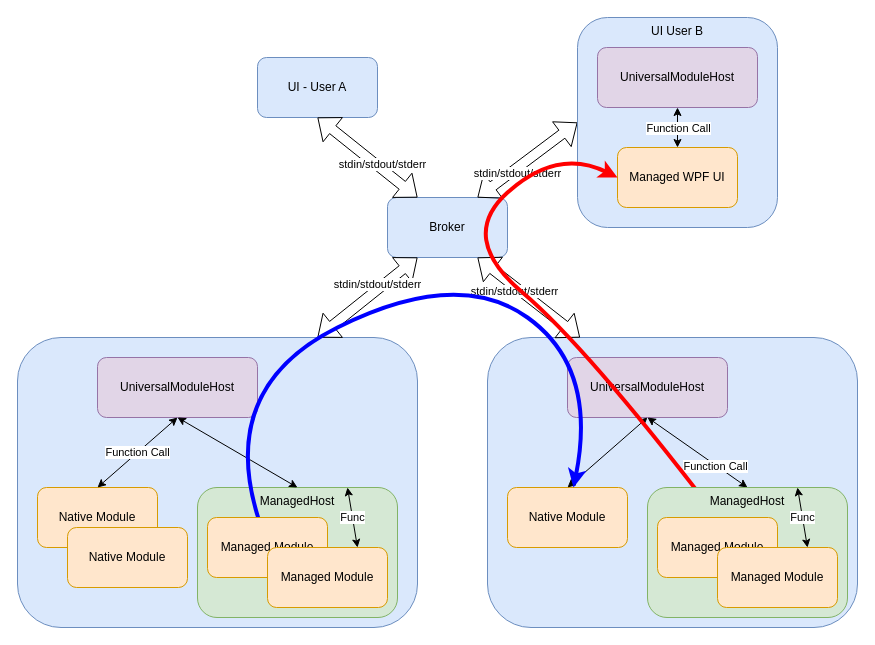
The draw.io diagram img/BrokerProcess.drawio in AndreGleichner/UniversalModuleHost, before the edit. Source tidied: cells renumbered, new cells numbered last; positions are measured from the earlier drawing's top-left corner, leaving out a move shared by most shapes. Both pictures are drawn from the tidied source at 100%, with x=0, y=0 at pixel (17, 17).
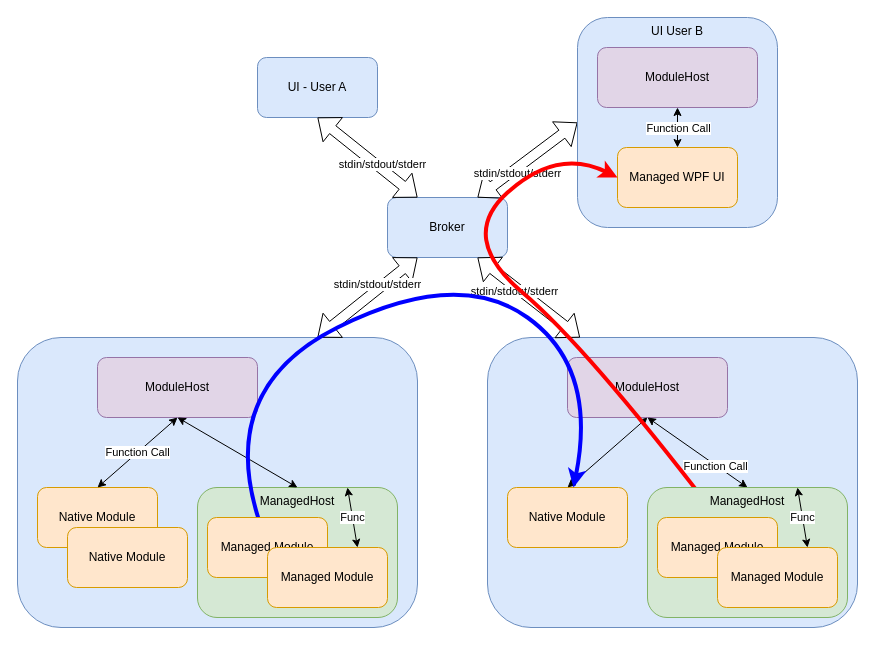
After the change.

Commit message (it also covers changes not shown here):
rename UniversalModuleHost to ModuleHost in drawio to reflect class rename

What changed in the source:
```diff
@@
-    <mxCell id="5" value="UniversalModuleHost" style="rounded=1;whiteSpace=wrap;html=1;fillColor=#e1d5e7;strokeColor=#9673a6;" parent="1" vertex="1">
+    <mxCell id="5" value="ModuleHost" style="rounded=1;whiteSpace=wrap;html=1;fillColor=#e1d5e7;strokeColor=#9673a6;" parent="1" vertex="1">
       <mxGeometry x="80" y="340" width="160" height="60" as="geometry" />
     </mxCell>
@@
-    <mxCell id="17" value="UniversalModuleHost" style="rounded=1;whiteSpace=wrap;html=1;fillColor=#e1d5e7;strokeColor=#9673a6;" parent="1" vertex="1">
+    <mxCell id="17" value="ModuleHost" style="rounded=1;whiteSpace=wrap;html=1;fillColor=#e1d5e7;strokeColor=#9673a6;" parent="1" vertex="1">
       <mxGeometry x="550" y="340" width="160" height="60" as="geometry" />
     </mxCell>
@@
-    <mxCell id="30" value="UniversalModuleHost" style="rounded=1;whiteSpace=wrap;html=1;fillColor=#e1d5e7;strokeColor=#9673a6;" parent="1" vertex="1">
+    <mxCell id="30" value="ModuleHost" style="rounded=1;whiteSpace=wrap;html=1;fillColor=#e1d5e7;strokeColor=#9673a6;" parent="1" vertex="1">
       <mxGeometry x="580" y="30" width="160" height="60" as="geometry" />
     </mxCell>
```
